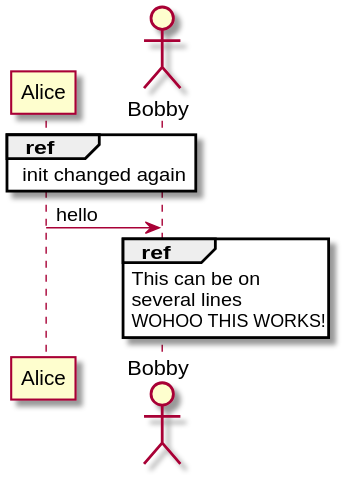
paskahlisanjas/diagram-as-code keeps this PlantUML diagram as new-diagram.svg. Above is the earlier version.
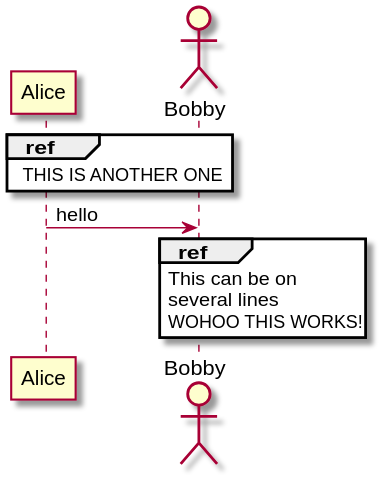
Later version of the same file.

Commit message:
chore: re-generate UML diagrams

Change to the diagram source:
```diff
@@ -2,7 +2,7 @@
 participant Alice
 actor Bobby
 
-ref over Alice, Bobby : init changed again
+ref over Alice, Bobby : THIS IS ANOTHER ONE
 
 Alice -> Bobby : hello
 
```
